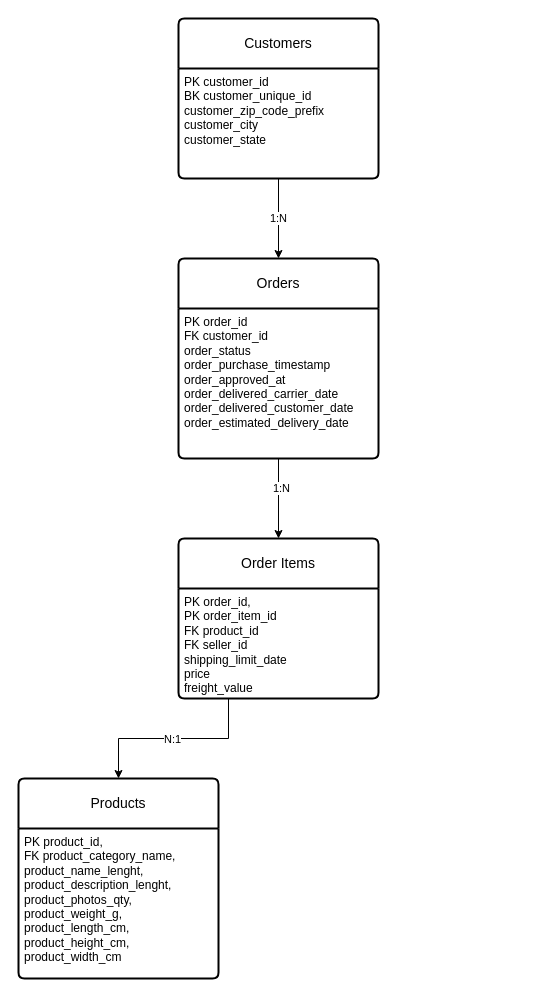
This is docs/diagrams/logical-erd.drawio from neeleshksingh/Ecommerce-Sales-Analytics, a draw.io file, before an edit. Source tidied: cells renumbered, new cells numbered last; positions are measured from the earlier drawing's top-left corner, leaving out a move shared by most shapes. Both pictures are drawn from the tidied source at 100%, with x=0, y=0 at pixel (18, 18).
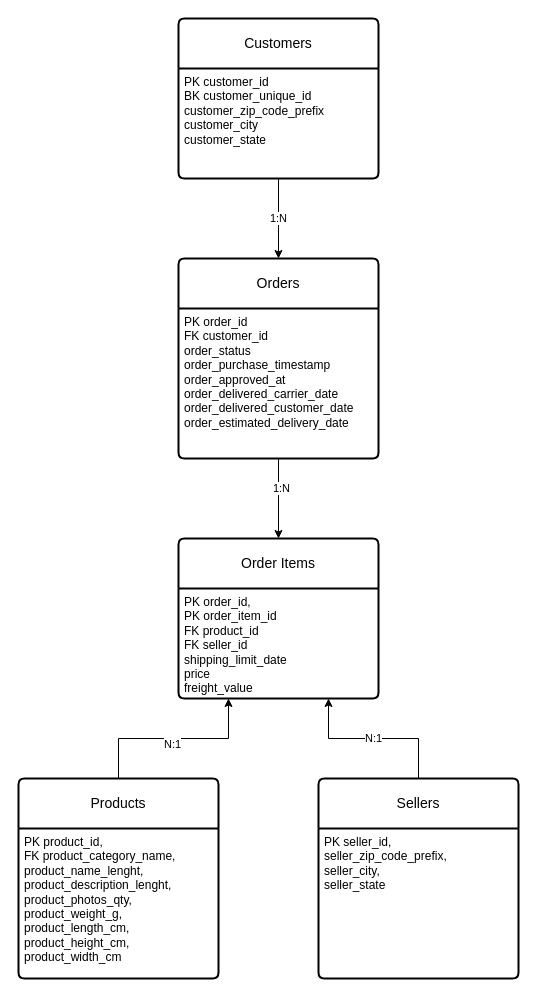
Above is the later version.

Commit message:
Update logical ERD with sellers relation

Refines the `logical-erd.drawio` diagram by adding a new **Sellers** entity and linking it to **Order Items** with an `N:1` relationship. It also adjusts the existing **Products–Order Items** connector/label placement to improve relationship clarity in the model.

The change refers to these unchanged cells:
```xml
<mxCell id="14" value="Order Items" style="swimlane;horizontal=1;startSize=50;rounded=1;fontSize=14;fontStyle=0;strokeWidth=2;shadow=0;dashed=0;align=center;arcSize=4;whiteSpace=wrap;html=1;" parent="1" vertex="1">
  <mxGeometry x="160" y="520" width="200" height="160" as="geometry" />
</mxCell>
<mxCell id="15" value="PK order_id,&lt;div&gt;PK order_item_id&lt;/div&gt;&lt;div&gt;FK product_id&amp;nbsp;&lt;div&gt;FK seller_id&amp;nbsp;&lt;/div&gt;&lt;div&gt;shipping_limit_date&lt;br&gt;price&lt;br&gt;freight_value&lt;/div&gt;&lt;/div&gt;" style="align=left;strokeColor=none;fillColor=none;spacingLeft=4;spacingRight=4;fontSize=12;verticalAlign=top;html=1;whiteSpace=wrap;" parent="14" vertex="1">
  <mxGeometry y="50" width="200" height="110" as="geometry" />
</mxCell>
<mxCell id="17" value="Products" style="swimlane;horizontal=1;startSize=50;rounded=1;fontSize=14;fontStyle=0;strokeWidth=2;shadow=0;dashed=0;align=center;arcSize=4;whiteSpace=wrap;html=1;" parent="1" vertex="1">
  <mxGeometry y="760" width="200" height="200" as="geometry" />
</mxCell>
```

Change to the diagram source:
```diff
@@
-    <mxCell id="12" style="edgeStyle=orthogonalEdgeStyle;rounded=0;jettySize=auto;html=1;exitX=0.25;exitY=1;exitDx=0;exitDy=0;entryX=0.5;entryY=0;entryDx=0;entryDy=0;" parent="1" edge="1" source="14" target="17">
-      <mxGeometry relative="1" as="geometry" />
-    </mxCell>
-    <mxCell id="13" value="N:1" style="edgeLabel;html=1;align=center;verticalAlign=middle;" parent="12" vertex="1">
-      <mxGeometry x="0.02" relative="1" as="geometry" />
-    </mxCell>
@@
+    <mxCell id="19" style="edgeStyle=orthogonalEdgeStyle;rounded=0;jettySize=auto;html=1;entryX=0.25;entryY=1;entryDx=0;entryDy=0;" parent="1" edge="1" source="17" target="14">
+      <mxGeometry relative="1" as="geometry" />
+    </mxCell>
+    <mxCell id="13" value="N:1" style="edgeLabel;html=1;align=center;verticalAlign=middle;" parent="19" vertex="1">
+      <mxGeometry x="-0.02" y="-5" relative="1" as="geometry" />
+    </mxCell>
@@
+    <mxCell id="20" value="N:1" style="edgeStyle=orthogonalEdgeStyle;rounded=0;jettySize=auto;html=1;entryX=0.75;entryY=1;entryDx=0;entryDy=0;" parent="1" edge="1" source="21" target="15">
+      <mxGeometry relative="1" as="geometry" />
+    </mxCell>
+    <mxCell id="21" value="Sellers" style="swimlane;horizontal=1;startSize=50;rounded=1;fontSize=14;fontStyle=0;strokeWidth=2;shadow=0;dashed=0;align=center;arcSize=4;whiteSpace=wrap;html=1;" parent="1" vertex="1">
+      <mxGeometry x="300" y="760" width="200" height="200" as="geometry" />
+    </mxCell>
+    <mxCell id="22" value="PK seller_id&lt;span style=&quot;background-color: transparent; color: light-dark(rgb(0, 0, 0), rgb(255, 255, 255));&quot;&gt;,&lt;/span&gt;&lt;br&gt;&lt;div&gt;&lt;div&gt;seller_zip_code_prefix,&lt;/div&gt;&lt;div&gt;seller_city,&lt;/div&gt;&lt;div&gt;seller_state&lt;br&gt;&lt;/div&gt;&lt;/div&gt;" style="align=left;strokeColor=none;fillColor=none;spacingLeft=4;spacingRight=4;fontSize=12;verticalAlign=top;html=1;whiteSpace=wrap;" parent="21" vertex="1">
+      <mxGeometry y="50" width="200" height="150" as="geometry" />
+    </mxCell>
```
